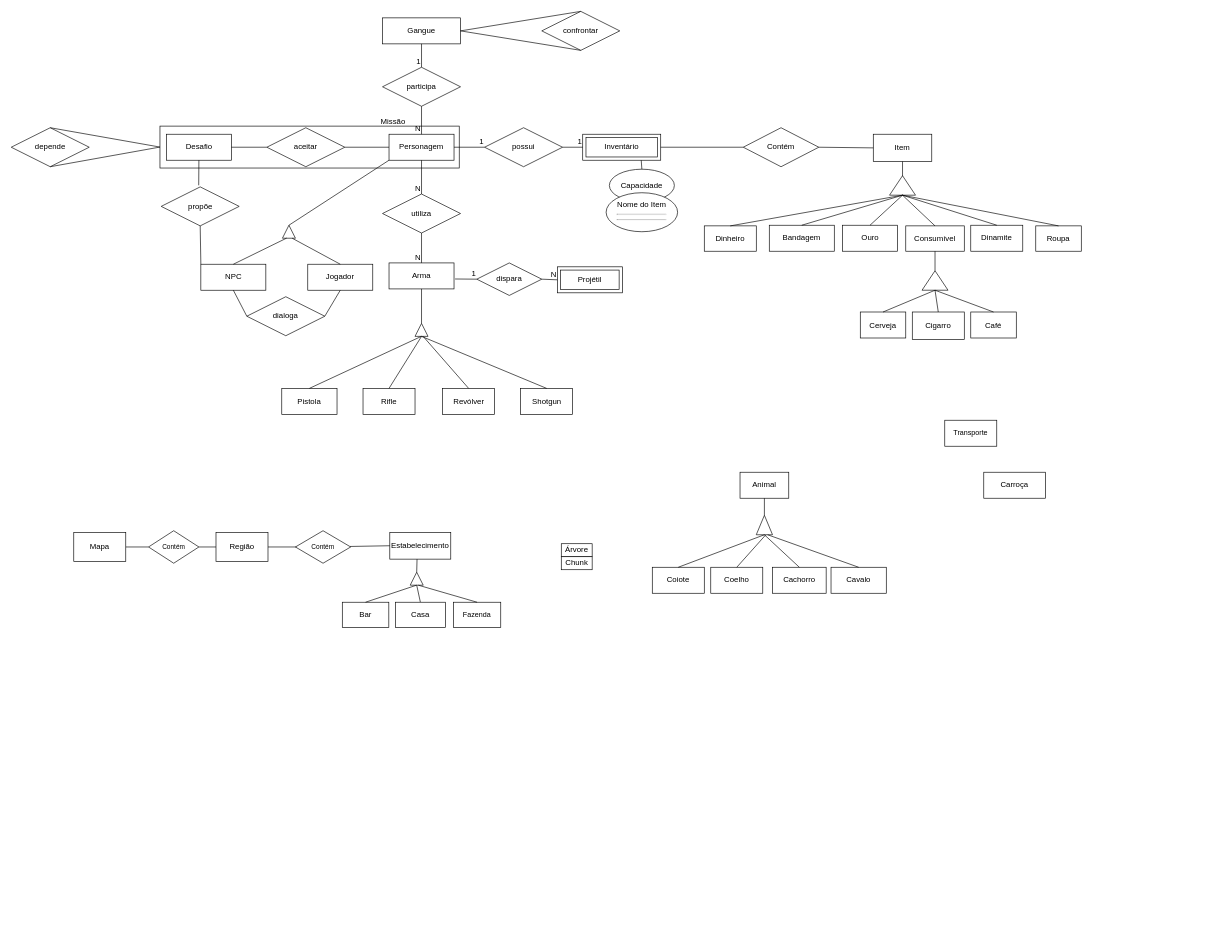
Above: assets/img/Untitled Diagram.drawio in SBD1/2024.1-Red_Dead_Redemption2 (draw.io), before the change. Source tidied: cells renumbered, new cells numbered last; positions are measured from the earlier drawing's top-left corner, leaving out a move shared by most shapes. Both pictures are drawn from the tidied source at 65%, with x=0, y=0 at pixel (11, 11).
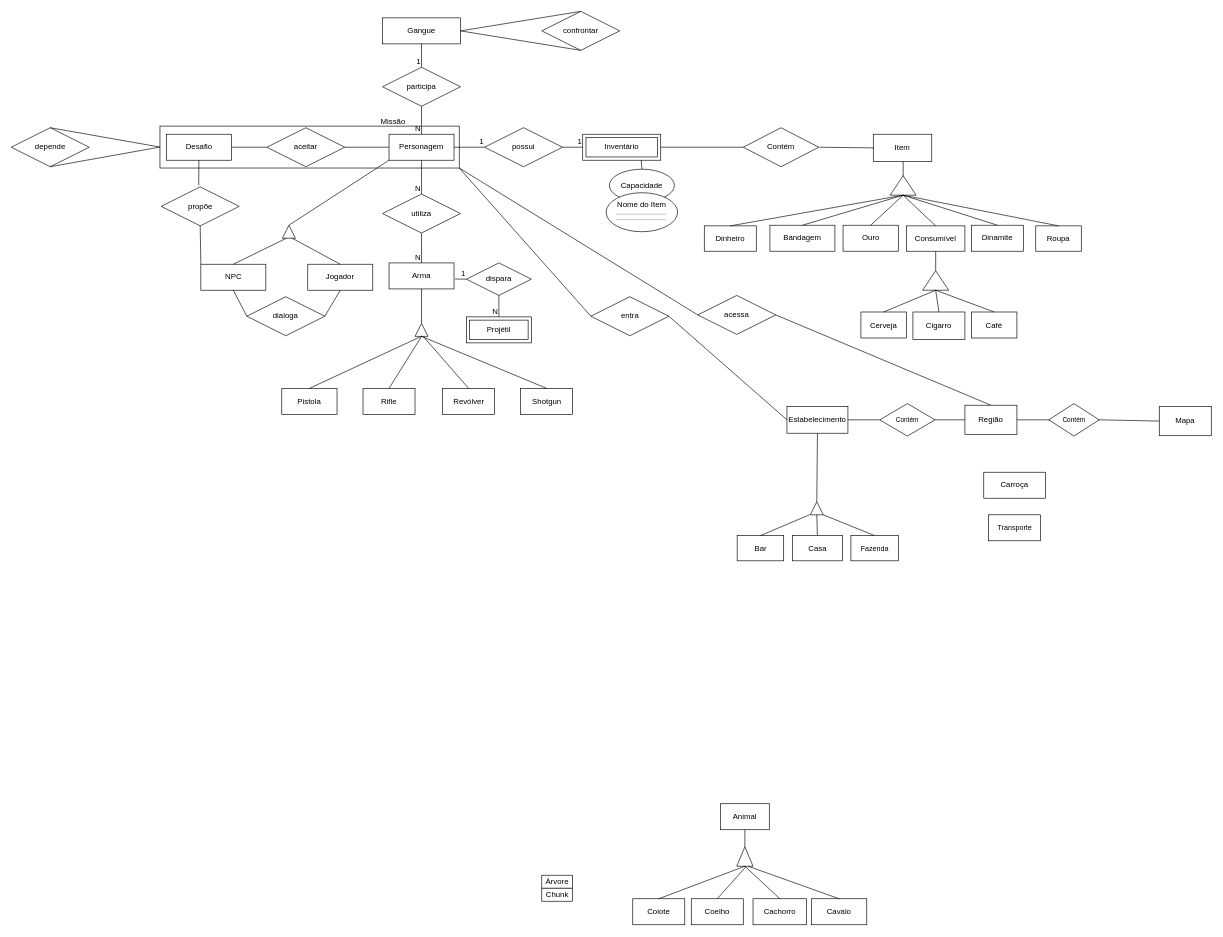
The same diagram, later.

The change refers to these unchanged cells:
```xml
<mxCell id="3" style="rounded=0;whiteSpace=wrap;html=1;" parent="2" vertex="1">
  <mxGeometry y="25.5" width="460.4" height="64.5" as="geometry" />
</mxCell>
<mxCell id="14" value="Item" style="whiteSpace=wrap;html=1;" parent="1" vertex="1">
  <mxGeometry x="1326" y="189" width="90" height="42" as="geometry" />
</mxCell>
<mxCell id="101" value="Contém" style="shape=rhombus;perimeter=rhombusPerimeter;whiteSpace=wrap;html=1;align=center;" parent="1" vertex="1">
  <mxGeometry x="1126" y="179" width="116.2" height="60" as="geometry" />
</mxCell>
```

Change to the diagram source:
```diff
@@
     <mxCell id="5" value="Cachorro" style="whiteSpace=wrap;html=1;" parent="1" vertex="1">
-      <mxGeometry x="1171" y="855.2" width="82.5" height="40" as="geometry" />
+      <mxGeometry x="1141" y="1365.2" width="82.5" height="40" as="geometry" />
     </mxCell>
     <mxCell id="6" value="Bar" style="whiteSpace=wrap;html=1;" parent="1" vertex="1">
-      <mxGeometry x="509.1" y="909" width="71.6" height="38.8" as="geometry" />
+      <mxGeometry x="1116.6" y="806.5" width="71.6" height="38.8" as="geometry" />
     </mxCell>
     <mxCell id="7" value="Ouro" style="whiteSpace=wrap;html=1;" parent="1" vertex="1">
-      <mxGeometry x="1278.5" y="329" width="85" height="40" as="geometry" />
+      <mxGeometry x="1279.5" y="329" width="85" height="40" as="geometry" />
     </mxCell>
     <mxCell id="8" value="Coiote" style="whiteSpace=wrap;html=1;" parent="1" vertex="1">
-      <mxGeometry x="986" y="855.2" width="80" height="40" as="geometry" />
+      <mxGeometry x="956" y="1365.2" width="80" height="40" as="geometry" />
     </mxCell>
     <mxCell id="9" value="Bandagem" style="whiteSpace=wrap;html=1;" parent="1" vertex="1">
-      <mxGeometry x="1166" y="329" width="100" height="40" as="geometry" />
+      <mxGeometry x="1167" y="329" width="100" height="40" as="geometry" />
     </mxCell>
     <mxCell id="10" value="Dinamite" style="whiteSpace=wrap;html=1;" parent="1" vertex="1">
-      <mxGeometry x="1476" y="329" width="80" height="40" as="geometry" />
+      <mxGeometry x="1477" y="329" width="80" height="40" as="geometry" />
     </mxCell>
     <mxCell id="11" value="Coelho" style="whiteSpace=wrap;html=1;" parent="1" vertex="1">
-      <mxGeometry x="1076" y="855.2" width="80" height="40" as="geometry" />
+      <mxGeometry x="1046" y="1365.2" width="80" height="40" as="geometry" />
     </mxCell>
@@
     <mxCell id="13" value="Cavalo" style="whiteSpace=wrap;html=1;" parent="1" vertex="1">
-      <mxGeometry x="1261" y="855.2" width="85" height="40" as="geometry" />
+      <mxGeometry x="1231" y="1365.2" width="85" height="40" as="geometry" />
     </mxCell>
@@
     <mxCell id="16" value="Consumível" style="whiteSpace=wrap;html=1;" parent="1" vertex="1">
-      <mxGeometry x="1376" y="330" width="90" height="39" as="geometry" />
+      <mxGeometry x="1377" y="330" width="90" height="39" as="geometry" />
     </mxCell>
     <mxCell id="17" value="Cigarro" style="whiteSpace=wrap;html=1;" parent="1" vertex="1">
-      <mxGeometry x="1386" y="462.5" width="80" height="42.5" as="geometry" />
+      <mxGeometry x="1387" y="462.5" width="80" height="42.5" as="geometry" />
     </mxCell>
     <mxCell id="18" value="Cerveja" style="whiteSpace=wrap;html=1;" parent="1" vertex="1">
-      <mxGeometry x="1306" y="462.5" width="70" height="40" as="geometry" />
+      <mxGeometry x="1307" y="462.5" width="70" height="40" as="geometry" />
     </mxCell>
     <mxCell id="19" value="Café" style="whiteSpace=wrap;html=1;" parent="1" vertex="1">
-      <mxGeometry x="1476" y="462.5" width="70" height="40" as="geometry" />
+      <mxGeometry x="1477" y="462.5" width="70" height="40" as="geometry" />
     </mxCell>
     <mxCell id="20" value="Animal" style="whiteSpace=wrap;html=1;" parent="1" vertex="1">
-      <mxGeometry x="1121" y="709" width="75" height="40" as="geometry" />
+      <mxGeometry x="1091" y="1219" width="75" height="40" as="geometry" />
     </mxCell>
@@
     <mxCell id="22" value="&lt;font style=&quot;font-size: 11px;&quot;&gt;Fazenda&lt;/font&gt;" style="whiteSpace=wrap;html=1;" parent="1" vertex="1">
-      <mxGeometry x="680" y="909" width="72.9" height="38.8" as="geometry" />
+      <mxGeometry x="1291.6" y="806.5" width="72.9" height="38.8" as="geometry" />
     </mxCell>
@@
     <mxCell id="30" value="Região" style="whiteSpace=wrap;html=1;align=center;" parent="1" vertex="1">
-      <mxGeometry x="314.8" y="801.5" width="80" height="45" as="geometry" />
+      <mxGeometry x="1467" y="605.9" width="80" height="45" as="geometry" />
     </mxCell>
     <mxCell id="31" value="Árvore" style="whiteSpace=wrap;html=1;align=center;" parent="1" vertex="1">
-      <mxGeometry x="846" y="819" width="47.5" height="20" as="geometry" />
+      <mxGeometry x="816" y="1329" width="47.5" height="20" as="geometry" />
     </mxCell>
     <mxCell id="32" value="Chunk" style="whiteSpace=wrap;html=1;align=center;" parent="1" vertex="1">
-      <mxGeometry x="846" y="839" width="47.5" height="20" as="geometry" />
+      <mxGeometry x="816" y="1349" width="47.5" height="20" as="geometry" />
     </mxCell>
     <mxCell id="33" value="&lt;font style=&quot;font-size: 11px;&quot;&gt;Transporte&lt;/font&gt;" style="whiteSpace=wrap;html=1;align=center;" parent="1" vertex="1">
-      <mxGeometry x="1436" y="629" width="80" height="40" as="geometry" />
+      <mxGeometry x="1503.5" y="774.5" width="80" height="40" as="geometry" />
     </mxCell>
     <mxCell id="34" value="Estabelecimento" style="whiteSpace=wrap;html=1;align=center;direction=south;" parent="1" vertex="1">
-      <mxGeometry x="582.2" y="801.5" width="93.8" height="41.2" as="geometry" />
+      <mxGeometry x="1193.2" y="607.8" width="93.8" height="41.2" as="geometry" />
     </mxCell>
@@
-    <mxCell id="42" style="endArrow=none;html=1;rounded=0;entryX=0;entryY=0.5;entryDx=0;entryDy=0;" parent="1" edge="1" source="91">
-      <mxGeometry relative="1" as="geometry">
-        <mxPoint x="211" y="824" as="targetPoint" />
-      </mxGeometry>
-    </mxCell>
     <mxCell id="43" value="Projétil" style="shape=ext;margin=3;double=1;whiteSpace=wrap;html=1;align=center;" parent="1" vertex="1">
-      <mxGeometry x="840" y="393" width="100" height="40" as="geometry" />
+      <mxGeometry x="700" y="470" width="100" height="40" as="geometry" />
     </mxCell>
-    <mxCell id="44" style="endArrow=none;html=1;rounded=0;entryX=0;entryY=0.5;entryDx=0;entryDy=0;exitX=1;exitY=0.5;exitDx=0;exitDy=0;" parent="1" edge="1" source="46" target="30">
+    <mxCell id="44" style="endArrow=none;html=1;rounded=0;entryX=1;entryY=0.5;entryDx=0;entryDy=0;exitX=1;exitY=0.5;exitDx=0;exitDy=0;" parent="1" edge="1" source="46" target="30">
       <mxGeometry relative="1" as="geometry" />
     </mxCell>
     <mxCell id="45" value="dispara" style="shape=rhombus;perimeter=rhombusPerimeter;whiteSpace=wrap;html=1;align=center;" parent="1" vertex="1">
-      <mxGeometry x="716" y="387" width="100" height="50" as="geometry" />
+      <mxGeometry x="700" y="387" width="100" height="50" as="geometry" />
     </mxCell>
     <mxCell id="46" value="&lt;font style=&quot;font-size: 10px;&quot;&gt;Contém&lt;/font&gt;" style="shape=rhombus;perimeter=rhombusPerimeter;whiteSpace=wrap;html=1;align=center;" parent="1" vertex="1">
-      <mxGeometry x="211" y="799" width="77.5" height="50" as="geometry" />
+      <mxGeometry x="1596" y="603.4" width="77.5" height="50" as="geometry" />
     </mxCell>
@@
-    <mxCell id="50" style="endArrow=none;html=1;rounded=0;exitX=1;exitY=0.5;exitDx=0;exitDy=0;entryX=0;entryY=0.5;entryDx=0;entryDy=0;" parent="1" edge="1" source="45" target="43">
+    <mxCell id="50" style="endArrow=none;html=1;rounded=0;exitX=0.5;exitY=1;exitDx=0;exitDy=0;entryX=0.5;entryY=0;entryDx=0;entryDy=0;" parent="1" edge="1" source="45" target="43">
       <mxGeometry relative="1" as="geometry" />
     </mxCell>
@@
-    <mxCell id="52" style="endArrow=none;html=1;rounded=0;entryX=0;entryY=0.5;entryDx=0;entryDy=0;exitX=1;exitY=0.5;exitDx=0;exitDy=0;" parent="1" edge="1" source="30">
-      <mxGeometry relative="1" as="geometry">
-        <mxPoint x="440.8" y="824" as="targetPoint" />
-      </mxGeometry>
+    <mxCell id="52" style="endArrow=none;html=1;rounded=0;entryX=1;entryY=0.5;entryDx=0;entryDy=0;exitX=0;exitY=0.5;exitDx=0;exitDy=0;" parent="1" edge="1" source="30" target="92">
+      <mxGeometry relative="1" as="geometry" />
     </mxCell>
@@
-    <mxCell id="57" style="endArrow=none;html=1;rounded=0;entryX=0.5;entryY=1;entryDx=0;entryDy=0;" parent="1" edge="1" source="92" target="34">
+    <mxCell id="57" style="endArrow=none;html=1;rounded=0;entryX=0.5;entryY=0;entryDx=0;entryDy=0;" parent="1" edge="1" source="92" target="34">
       <mxGeometry relative="1" as="geometry" />
     </mxCell>
@@
     <mxCell id="62" style="triangle;whiteSpace=wrap;html=1;direction=north;" parent="1" vertex="1">
-      <mxGeometry x="1146" y="775.2" width="25" height="30" as="geometry" />
+      <mxGeometry x="1116" y="1285.2" width="25" height="30" as="geometry" />
     </mxCell>
@@
     <mxCell id="65" style="endArrow=none;html=1;rounded=0;entryX=0.5;entryY=1;entryDx=0;entryDy=0;exitX=0.5;exitY=0;exitDx=0;exitDy=0;" parent="1" edge="1" source="11">
       <mxGeometry relative="1" as="geometry">
-        <mxPoint x="1160.7" y="805.2" as="targetPoint" />
+        <mxPoint x="1130.7" y="1315.2" as="targetPoint" />
       </mxGeometry>
     </mxCell>
@@
     <mxCell id="67" style="endArrow=none;html=1;rounded=0;exitX=0.5;exitY=0;exitDx=0;exitDy=0;" parent="1" edge="1" source="13">
       <mxGeometry relative="1" as="geometry">
-        <mxPoint x="1163.5" y="805.2" as="targetPoint" />
+        <mxPoint x="1133.5" y="1315.2" as="targetPoint" />
       </mxGeometry>
     </mxCell>
@@
     <mxCell id="74" style="triangle;whiteSpace=wrap;html=1;direction=north;" parent="1" vertex="1">
-      <mxGeometry x="613.6" y="862.8" width="20" height="20" as="geometry" />
+      <mxGeometry x="1229.1" y="754.5" width="20" height="20" as="geometry" />
     </mxCell>
@@
-    <mxCell id="76" style="endArrow=none;html=1;rounded=0;entryX=0.5;entryY=1;entryDx=0;entryDy=0;exitX=1;exitY=0.5;exitDx=0;exitDy=0;" parent="1" edge="1" source="74">
-      <mxGeometry relative="1" as="geometry">
-        <mxPoint x="624.1" y="842.8" as="targetPoint" />
-      </mxGeometry>
+    <mxCell id="76" style="endArrow=none;html=1;rounded=0;exitX=1;exitY=0.5;exitDx=0;exitDy=0;entryX=1;entryY=0.5;entryDx=0;entryDy=0;" parent="1" edge="1" source="74" target="34">
+      <mxGeometry relative="1" as="geometry" />
     </mxCell>
@@
-    <mxCell id="79" style="endArrow=none;html=1;rounded=0;entryX=0.5;entryY=1;entryDx=0;entryDy=0;exitX=0.5;exitY=0;exitDx=0;exitDy=0;" parent="1" edge="1" source="6">
-      <mxGeometry relative="1" as="geometry">
-        <mxPoint x="623.3" y="882.8" as="targetPoint" />
-      </mxGeometry>
+    <mxCell id="79" style="endArrow=none;html=1;rounded=0;exitX=0.5;exitY=0;exitDx=0;exitDy=0;entryX=0.011;entryY=-0.036;entryDx=0;entryDy=0;entryPerimeter=0;" parent="1" edge="1" source="6" target="74">
+      <mxGeometry relative="1" as="geometry" />
     </mxCell>
@@
-    <mxCell id="85" style="endArrow=none;html=1;rounded=0;exitX=0.5;exitY=0;exitDx=0;exitDy=0;" parent="1" edge="1" source="22">
-      <mxGeometry relative="1" as="geometry">
-        <mxPoint x="626.1" y="882.8" as="targetPoint" />
-      </mxGeometry>
+    <mxCell id="85" style="endArrow=none;html=1;rounded=0;exitX=0.5;exitY=0;exitDx=0;exitDy=0;entryX=0.002;entryY=0.992;entryDx=0;entryDy=0;entryPerimeter=0;" parent="1" edge="1" source="22" target="74">
+      <mxGeometry relative="1" as="geometry" />
     </mxCell>
@@
     <mxCell id="87" value="Casa" style="whiteSpace=wrap;html=1;" parent="1" vertex="1">
-      <mxGeometry x="590.7" y="909" width="77.1" height="38.8" as="geometry" />
+      <mxGeometry x="1201.5" y="806.5" width="77.1" height="38.8" as="geometry" />
     </mxCell>
@@
     <mxCell id="91" value="Mapa" style="whiteSpace=wrap;html=1;align=center;" parent="1" vertex="1">
-      <mxGeometry x="96" y="801.5" width="80" height="45" as="geometry" />
+      <mxGeometry x="1766" y="607.8" width="80" height="45" as="geometry" />
     </mxCell>
     <mxCell id="92" value="&lt;font style=&quot;font-size: 10px;&quot;&gt;Contém&lt;/font&gt;" style="shape=rhombus;perimeter=rhombusPerimeter;whiteSpace=wrap;html=1;align=center;" parent="1" vertex="1">
-      <mxGeometry x="437" y="799" width="85" height="50" as="geometry" />
+      <mxGeometry x="1336" y="603.4" width="85" height="50" as="geometry" />
     </mxCell>
@@
-    <mxCell id="104" style="endArrow=none;html=1;rounded=0;entryX=0;entryY=0.5;entryDx=0;entryDy=0;exitX=1;exitY=0.5;exitDx=0;exitDy=0;" parent="1" edge="1" source="101" target="14">
-      <mxGeometry relative="1" as="geometry" />
+    <mxCell id="104" style="endArrow=none;html=1;rounded=0;entryX=0;entryY=0.5;entryDx=0;entryDy=0;exitX=1;exitY=0.5;exitDx=0;exitDy=0;" parent="1" edge="1">
+      <mxGeometry relative="1" as="geometry">
+        <mxPoint x="1243.2" y="209" as="sourcePoint" />
+        <mxPoint x="1327" y="210" as="targetPoint" />
+      </mxGeometry>
     </mxCell>
@@
-    <mxCell id="106" style="endArrow=none;html=1;rounded=0;entryX=0.5;entryY=1;entryDx=0;entryDy=0;" parent="1" edge="1" target="14">
+    <mxCell id="106" style="endArrow=none;html=1;rounded=0;entryX=0.5;entryY=1;entryDx=0;entryDy=0;" parent="1" edge="1">
       <mxGeometry relative="1" as="geometry">
-        <mxPoint x="1371" y="259" as="sourcePoint" />
+        <mxPoint x="1372" y="259" as="sourcePoint" />
+        <mxPoint x="1372" y="231" as="targetPoint" />
       </mxGeometry>
     </mxCell>
@@
     <mxCell id="108" style="triangle;whiteSpace=wrap;html=1;direction=north;" parent="1" vertex="1">
-      <mxGeometry x="1351" y="252.8" width="40" height="30" as="geometry" />
+      <mxGeometry x="1352" y="252.8" width="40" height="30" as="geometry" />
     </mxCell>
@@
     <mxCell id="116" style="triangle;whiteSpace=wrap;html=1;direction=north;" parent="1" vertex="1">
-      <mxGeometry x="1401" y="399" width="40" height="30" as="geometry" />
+      <mxGeometry x="1402" y="399" width="40" height="30" as="geometry" />
     </mxCell>
@@
+    <mxCell id="123" style="endArrow=none;html=1;rounded=0;exitX=0;exitY=0.5;exitDx=0;exitDy=0;entryX=1;entryY=0.5;entryDx=0;entryDy=0;" parent="1" edge="1" source="91" target="46">
+      <mxGeometry relative="1" as="geometry" />
+    </mxCell>
@@
+    <mxCell id="124" value="acessa" style="shape=rhombus;perimeter=rhombusPerimeter;whiteSpace=wrap;html=1;align=center;" parent="1" vertex="1">
+      <mxGeometry x="1056" y="437" width="120" height="60" as="geometry" />
+    </mxCell>
@@
+    <mxCell id="125" value="entra" style="shape=rhombus;perimeter=rhombusPerimeter;whiteSpace=wrap;html=1;align=center;" parent="1" vertex="1">
+      <mxGeometry x="891.5" y="439" width="120" height="60" as="geometry" />
+    </mxCell>
+    <mxCell id="126" style="endArrow=none;html=1;rounded=0;exitX=1;exitY=1;exitDx=0;exitDy=0;entryX=0;entryY=0.5;entryDx=0;entryDy=0;" parent="1" edge="1" source="3" target="125">
+      <mxGeometry relative="1" as="geometry" />
+    </mxCell>
+    <mxCell id="127" style="endArrow=none;html=1;rounded=0;exitX=1;exitY=1;exitDx=0;exitDy=0;entryX=0;entryY=0.5;entryDx=0;entryDy=0;" parent="1" edge="1" source="3" target="124">
+      <mxGeometry relative="1" as="geometry" />
+    </mxCell>
+    <mxCell id="128" style="endArrow=none;html=1;rounded=0;exitX=1;exitY=0.5;exitDx=0;exitDy=0;entryX=0.5;entryY=1;entryDx=0;entryDy=0;" parent="1" edge="1" source="125" target="34">
+      <mxGeometry relative="1" as="geometry" />
+    </mxCell>
+    <mxCell id="129" style="endArrow=none;html=1;rounded=0;exitX=1;exitY=0.5;exitDx=0;exitDy=0;entryX=0.5;entryY=0;entryDx=0;entryDy=0;" parent="1" edge="1" source="124" target="30">
+      <mxGeometry relative="1" as="geometry" />
+    </mxCell>
```
